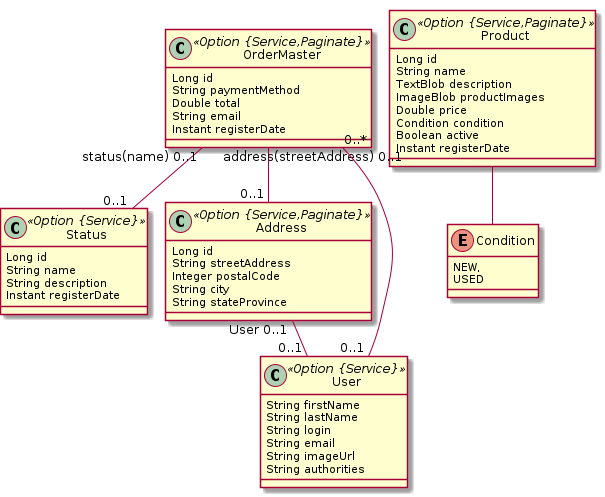
This is 3-ordersystem-microservices-distributed-system/ordersystem-frontend/docs/ordersystem-jdl.png from tomj0101/distributed-system, a PlantUML export, as it was before one commit.
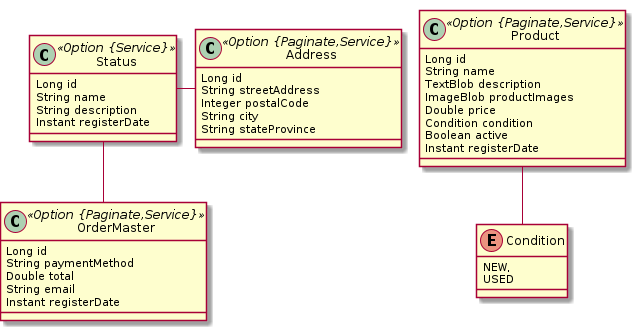
Above is the later version.

Change to the diagram source:
```diff
@@ -7,14 +7,14 @@
 		String description
 		Instant registerDate
 	}
-	class Address <<Option {Service,Paginate}>> {
+	class Address <<Option {Paginate,Service}>> {
 		Long id
 		String streetAddress
 		Integer postalCode
 		String city
 		String stateProvince
 	}
-	class Product <<Option {Service,Paginate}>> {
+	class Product <<Option {Paginate,Service}>> {
 		Long id
 		String name
 		TextBlob description
@@ -25,7 +25,7 @@
 		Instant registerDate
 	}
 	Product ..> Condition
-	class OrderMaster <<Option {Service,Paginate}>> {
+	class OrderMaster <<Option {Paginate,Service}>> {
 		Long id
 		String paymentMethod
 		Double total
@@ -36,16 +36,4 @@
 		NEW,
 		USED
 	}
-	OrderMaster  "address(streetAddress) 0..1 " -- "0..1 "  Address
-	OrderMaster  "status(name) 0..1 " -- "0..1 "  Status
-	Address  "User 0..1 " -- "0..1 "  User
-	OrderMaster  "0..* " o-- "0..1 "  User
-	class User <<Option {Service}>> {
-		String firstName
-		String lastName
-		String login
-		String email
-		String imageUrl
-		String authorities
-	}
 @enduml
```
